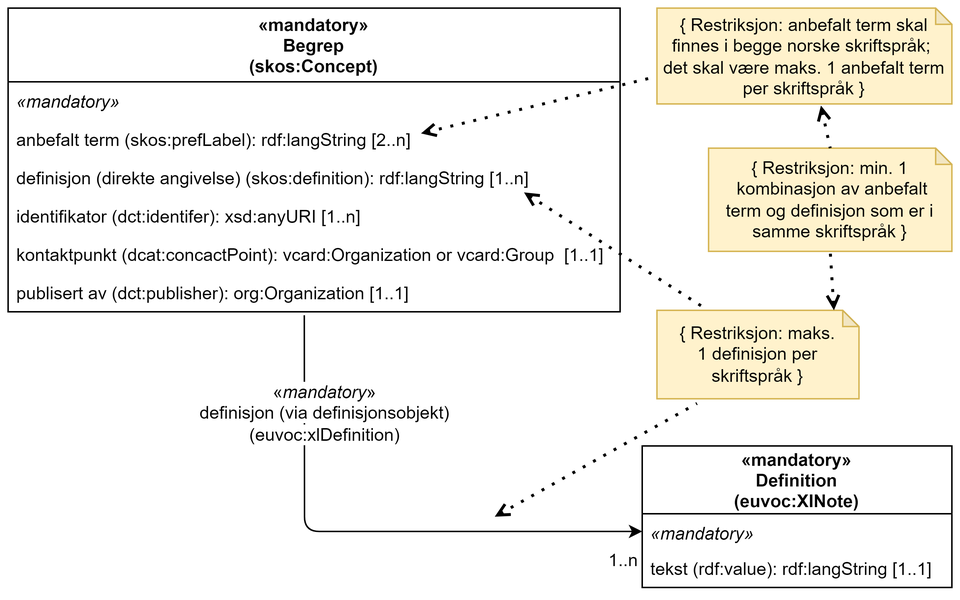
Above: docs/images/SKOS-AP-NO-Begrep-kun-obligatoriske.png in Informasjonsforvaltning/skos-ap-no-begrep (draw.io), before the change. Source tidied: cells renumbered, new cells last; positions are measured from the earlier drawing's top-left corner, leaving out a move shared by most shapes.
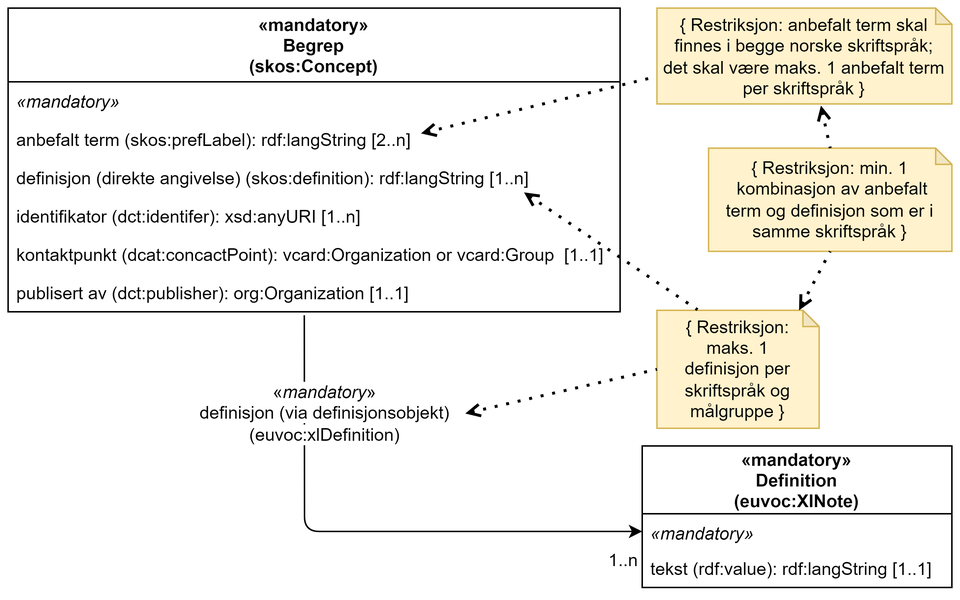
After the commit.

What changed in the source:
```diff
@@ -45,13 +45,11 @@
     <mxCell id="14" value="1..n" style="text;html=1;strokeColor=none;fillColor=none;align=center;verticalAlign=middle;whiteSpace=wrap;rounded=0;" parent="1" vertex="1">
       <mxGeometry x="405" y="365" width="25" height="20" as="geometry" />
     </mxCell>
-    <mxCell id="15" value="{ Restriksjon: maks. 1&amp;nbsp;definisjon per skriftspråk }" style="shape=note;whiteSpace=wrap;html=1;backgroundOutline=1;darkOpacity=0.05;size=11;spacingTop=2;spacingBottom=2;spacingLeft=2;spacingRight=2;fillColor=#fff2cc;strokeColor=#d6b656;" parent="1" vertex="1">
-      <mxGeometry x="440" y="205" width="137" height="60" as="geometry" />
+    <mxCell id="15" value="{ Restriksjon: maks. 1 definisjon&amp;nbsp;per skriftspråk&amp;nbsp;og målgruppe }" style="shape=note;whiteSpace=wrap;html=1;backgroundOutline=1;darkOpacity=0.05;size=11;spacingTop=2;spacingBottom=2;spacingLeft=2;spacingRight=2;fillColor=#fff2cc;strokeColor=#d6b656;" parent="1" vertex="1">
+      <mxGeometry x="440" y="205" width="110" height="80" as="geometry" />
     </mxCell>
-    <mxCell id="16" style="endArrow=none;dashed=1;html=1;dashPattern=1 3;strokeWidth=2;rounded=0;entryX=0.198;entryY=1.053;entryDx=0;entryDy=0;entryPerimeter=0;startArrow=open;startFill=0;" parent="1" edge="1" target="15">
-      <mxGeometry relative="1" as="geometry">
-        <mxPoint x="330" y="345" as="sourcePoint" />
-      </mxGeometry>
+    <mxCell id="16" style="endArrow=none;dashed=1;html=1;dashPattern=1 3;strokeWidth=2;rounded=0;entryX=0;entryY=0.5;entryDx=0;entryDy=0;entryPerimeter=0;startArrow=open;startFill=0;exitX=1;exitY=0.5;exitDx=0;exitDy=0;" parent="1" edge="1" source="13" target="15">
+      <mxGeometry relative="1" as="geometry" />
     </mxCell>
     <mxCell id="17" value="{ Restriksjon: anbefalt term skal finnes i begge norske skriftspråk; &lt;br&gt;det skal være maks. 1 anbefalt term per skriftspråk&amp;nbsp;}" style="shape=note;whiteSpace=wrap;html=1;backgroundOutline=1;darkOpacity=0.05;size=11;spacingTop=2;spacingBottom=2;spacingLeft=2;spacingRight=2;fillColor=#fff2cc;strokeColor=#d6b656;" parent="1" vertex="1">
       <mxGeometry x="440" width="200" height="65" as="geometry" />
```
